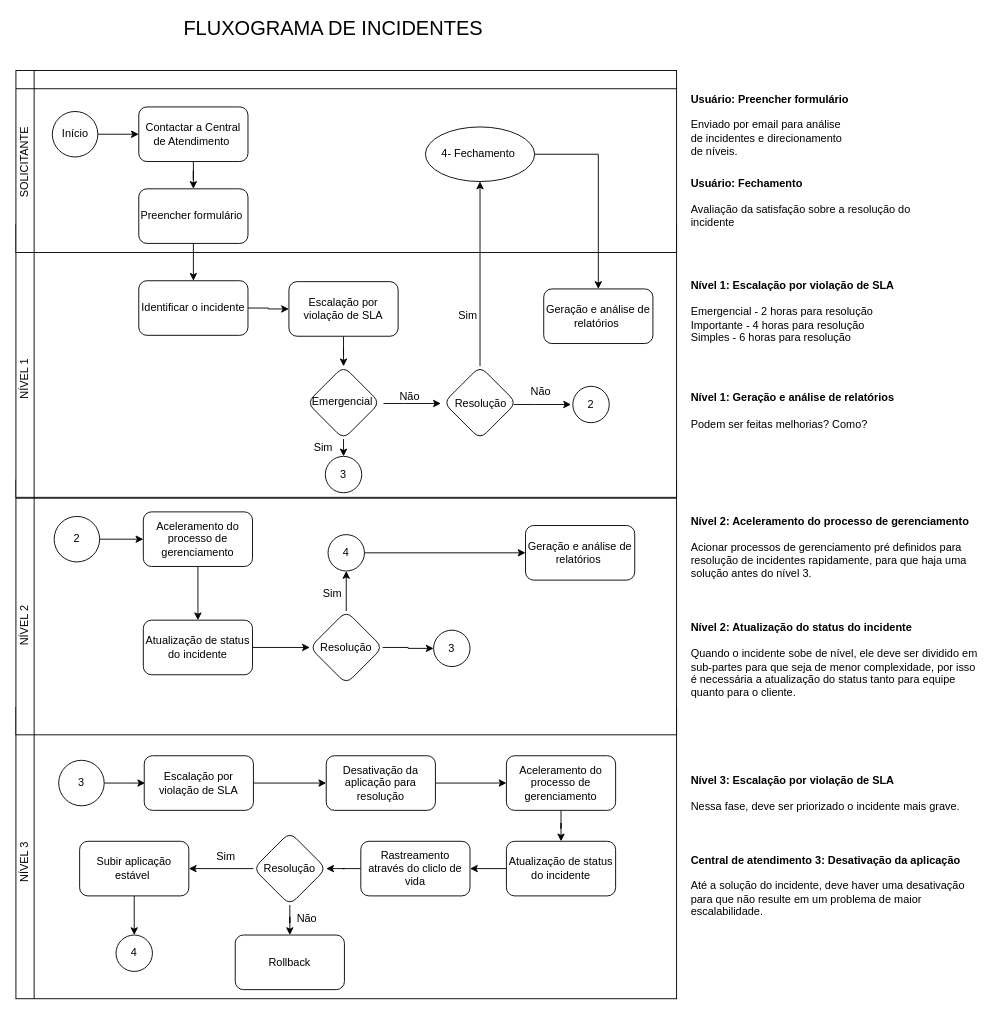
The draw.io diagram Pietra_01222196/entregaveis-ti/fluxograma-incidente.drawio in dudaettinger/SPRINT_2, before the edit. Source tidied: cells renumbered, new cells numbered last; positions are measured from the earlier drawing's top-left corner, leaving out a move shared by most shapes. Both pictures are drawn from the tidied source at 91%, with x=0, y=0 at pixel (-85, 15).
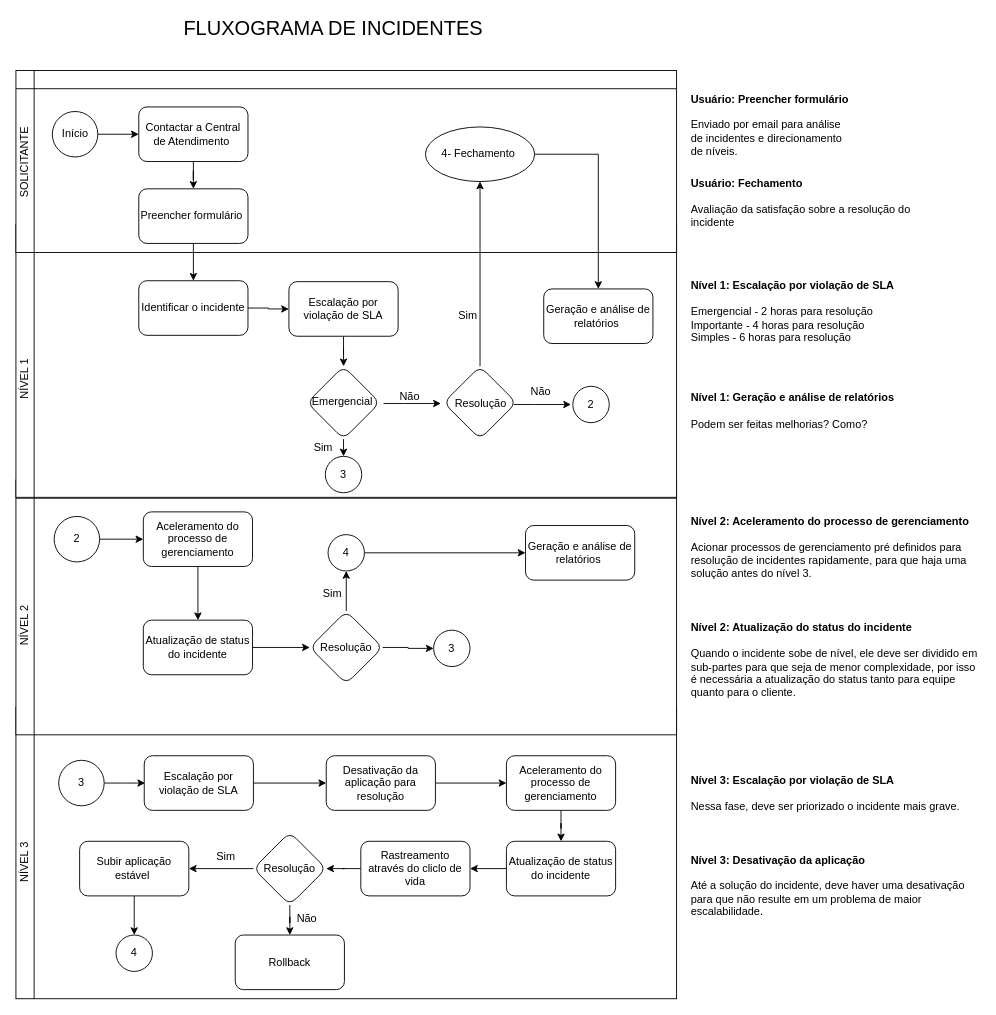
The same page after the edit.

Diff of the diagram source:
```diff
@@
-    <mxCell id="80" value="&lt;div style=&quot;&quot;&gt;&lt;b style=&quot;background-color: initial;&quot;&gt;Central de atendimento 3: Desativação da aplicação&lt;/b&gt;&lt;/div&gt;&amp;nbsp;&lt;br&gt;Até a solução do incidente, deve haver uma desativação para que não resulte em um problema de maior escalabilidade.&amp;nbsp;" style="text;html=1;strokeColor=none;fillColor=none;align=left;verticalAlign=middle;whiteSpace=wrap;rounded=0;shadow=0;fontSize=12;" parent="1" vertex="1">
+    <mxCell id="80" value="&lt;div style=&quot;&quot;&gt;&lt;b style=&quot;background-color: initial;&quot;&gt;Nível 3: Desativação da aplicação&lt;/b&gt;&lt;/div&gt;&amp;nbsp;&lt;br&gt;Até a solução do incidente, deve haver uma desativação para que não resulte em um problema de maior escalabilidade.&amp;nbsp;" style="text;html=1;strokeColor=none;fillColor=none;align=left;verticalAlign=middle;whiteSpace=wrap;rounded=0;shadow=0;fontSize=12;" parent="1" vertex="1">
       <mxGeometry x="850" y="911" width="320" height="90" as="geometry" />
     </mxCell>
```
